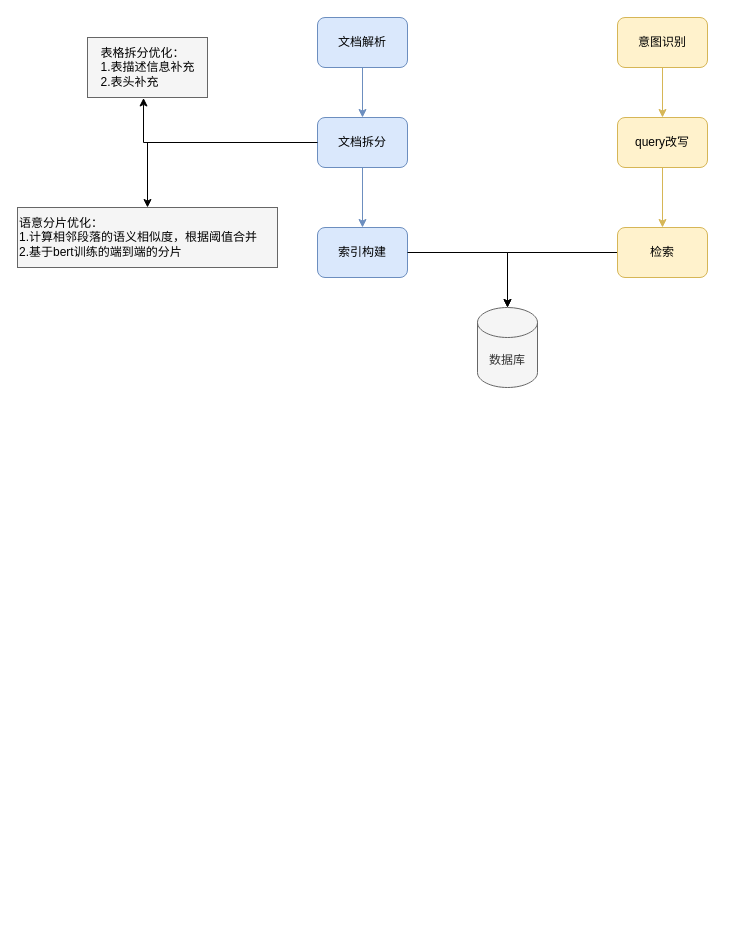
Above: page "RAG" (3 of 3) of storage.drawio in lovercode/drawio (draw.io), before the change. Source tidied: cells renumbered, new cells numbered last; positions are measured from the earlier drawing's top-left corner, leaving out a move shared by most shapes. Both pictures are drawn from the tidied source at 100%, with x=0, y=0 at pixel (17, 17).
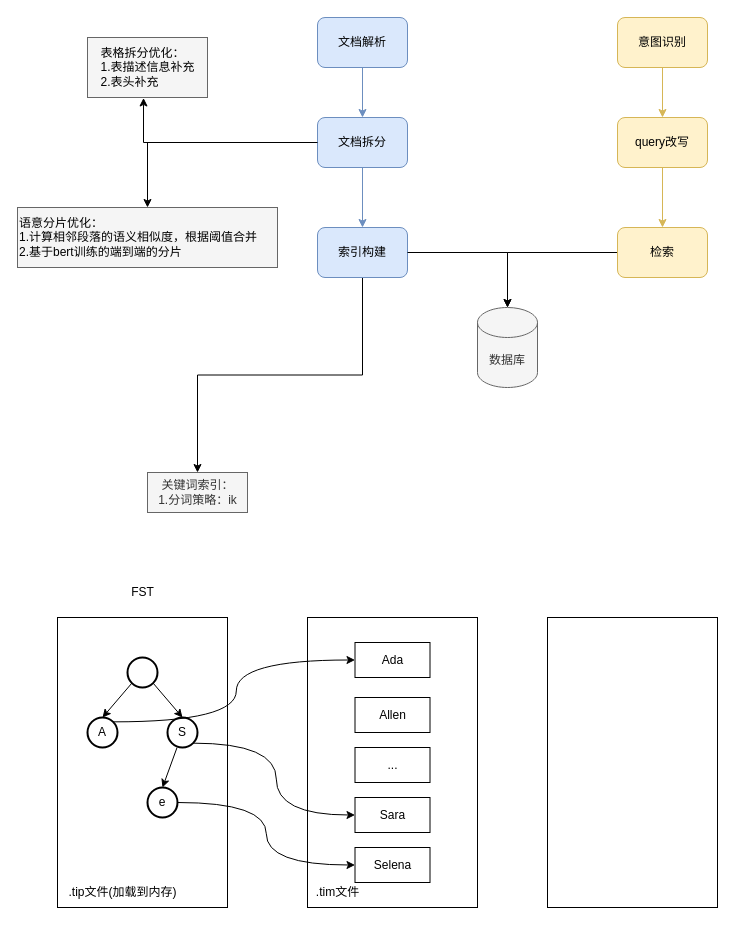
Above is the later version.

Unchanged cells that the change refers to:
```xml
<mxCell id="7" value="索引构建" style="rounded=1;whiteSpace=wrap;html=1;fillColor=#dae8fc;strokeColor=#6c8ebf;" parent="1" vertex="1">
  <mxGeometry x="300" y="210" width="90" height="50" as="geometry" />
</mxCell>
```

The edit, as a diff of the source:
```diff
@@
+    <mxCell id="19" style="rounded=0;whiteSpace=wrap;html=1;" parent="1" vertex="1">
+      <mxGeometry x="40" y="600" width="170" height="290" as="geometry" />
+    </mxCell>
@@
+    <mxCell id="20" style="edgeStyle=orthogonalEdgeStyle;rounded=0;jettySize=auto;html=1;exitX=0.5;exitY=1;exitDx=0;exitDy=0;" parent="1" edge="1" source="7" target="21">
+      <mxGeometry relative="1" as="geometry" />
+    </mxCell>
@@
+    <mxCell id="21" value="关键词索引：&lt;br&gt;1.分词策略：ik" style="text;html=1;align=center;verticalAlign=middle;points=[];strokeColor=#666666;fillColor=#f5f5f5;fontColor=#333333;" parent="1" vertex="1">
+      <mxGeometry x="130" y="455" width="100" height="40" as="geometry" />
+    </mxCell>
+    <mxCell id="22" style="strokeWidth=2;html=1;shape=mxgraph.flowchart.start_2;whiteSpace=wrap;" parent="1" vertex="1">
+      <mxGeometry x="110" y="640" width="30" height="30" as="geometry" />
+    </mxCell>
+    <mxCell id="23" value="A" style="strokeWidth=2;html=1;shape=mxgraph.flowchart.start_2;whiteSpace=wrap;" parent="1" vertex="1">
+      <mxGeometry x="70" y="700" width="30" height="30" as="geometry" />
+    </mxCell>
+    <mxCell id="24" value="S" style="strokeWidth=2;html=1;shape=mxgraph.flowchart.start_2;whiteSpace=wrap;" parent="1" vertex="1">
+      <mxGeometry x="150" y="700" width="30" height="30" as="geometry" />
+    </mxCell>
+    <mxCell id="25" value="e" style="strokeWidth=2;html=1;shape=mxgraph.flowchart.start_2;whiteSpace=wrap;" parent="1" vertex="1">
+      <mxGeometry x="130" y="770" width="30" height="30" as="geometry" />
+    </mxCell>
+    <mxCell id="26" style="rounded=0;jettySize=auto;html=1;exitX=0.145;exitY=0.855;exitDx=0;exitDy=0;exitPerimeter=0;entryX=0.5;entryY=0;entryDx=0;entryDy=0;entryPerimeter=0;" parent="1" edge="1" source="22" target="23">
+      <mxGeometry relative="1" as="geometry" />
+    </mxCell>
+    <mxCell id="27" style="rounded=0;jettySize=auto;html=1;exitX=0.855;exitY=0.855;exitDx=0;exitDy=0;exitPerimeter=0;entryX=0.5;entryY=0;entryDx=0;entryDy=0;entryPerimeter=0;" parent="1" edge="1" source="22" target="24">
+      <mxGeometry relative="1" as="geometry" />
+    </mxCell>
+    <mxCell id="28" style="rounded=0;jettySize=auto;html=1;entryX=0.5;entryY=0;entryDx=0;entryDy=0;entryPerimeter=0;" parent="1" edge="1" source="24" target="25">
+      <mxGeometry relative="1" as="geometry" />
+    </mxCell>
+    <mxCell id="29" value=".tip文件(加载到内存)" style="text;html=1;align=center;verticalAlign=middle;strokeColor=none;fillColor=none;" parent="1" vertex="1">
+      <mxGeometry x="40" y="860" width="130" height="30" as="geometry" />
+    </mxCell>
+    <mxCell id="30" style="rounded=0;whiteSpace=wrap;html=1;" parent="1" vertex="1">
+      <mxGeometry x="290" y="600" width="170" height="290" as="geometry" />
+    </mxCell>
+    <mxCell id="31" value="Ada" style="rounded=0;whiteSpace=wrap;html=1;" parent="1" vertex="1">
+      <mxGeometry x="337.5" y="625" width="75" height="35" as="geometry" />
+    </mxCell>
+    <mxCell id="32" value="Allen" style="rounded=0;whiteSpace=wrap;html=1;" parent="1" vertex="1">
+      <mxGeometry x="337.5" y="680" width="75" height="35" as="geometry" />
+    </mxCell>
+    <mxCell id="33" value="Sara" style="rounded=0;whiteSpace=wrap;html=1;" parent="1" vertex="1">
+      <mxGeometry x="337.5" y="780" width="75" height="35" as="geometry" />
+    </mxCell>
+    <mxCell id="34" value="..." style="rounded=0;whiteSpace=wrap;html=1;" parent="1" vertex="1">
+      <mxGeometry x="337.5" y="730" width="75" height="35" as="geometry" />
+    </mxCell>
+    <mxCell id="35" value="Selena" style="rounded=0;whiteSpace=wrap;html=1;" parent="1" vertex="1">
+      <mxGeometry x="337.5" y="830" width="75" height="35" as="geometry" />
+    </mxCell>
+    <mxCell id="36" style="edgeStyle=orthogonalEdgeStyle;rounded=0;jettySize=auto;html=1;exitX=0.855;exitY=0.145;exitDx=0;exitDy=0;exitPerimeter=0;entryX=0;entryY=0.5;entryDx=0;entryDy=0;curved=1;" parent="1" edge="1" source="23" target="31">
+      <mxGeometry relative="1" as="geometry" />
+    </mxCell>
+    <mxCell id="37" style="edgeStyle=orthogonalEdgeStyle;rounded=0;jettySize=auto;html=1;exitX=0.855;exitY=0.855;exitDx=0;exitDy=0;exitPerimeter=0;entryX=0;entryY=0.5;entryDx=0;entryDy=0;curved=1;" parent="1" edge="1" source="24" target="33">
+      <mxGeometry relative="1" as="geometry" />
+    </mxCell>
+    <mxCell id="38" style="edgeStyle=orthogonalEdgeStyle;rounded=0;jettySize=auto;html=1;exitX=1;exitY=0.5;exitDx=0;exitDy=0;exitPerimeter=0;entryX=0;entryY=0.5;entryDx=0;entryDy=0;curved=1;" parent="1" edge="1" source="25" target="35">
+      <mxGeometry relative="1" as="geometry" />
+    </mxCell>
+    <mxCell id="39" value=".tim文件" style="text;html=1;align=center;verticalAlign=middle;strokeColor=none;fillColor=none;" parent="1" vertex="1">
+      <mxGeometry x="285" y="860" width="70" height="30" as="geometry" />
+    </mxCell>
+    <mxCell id="40" style="rounded=0;whiteSpace=wrap;html=1;" parent="1" vertex="1">
+      <mxGeometry x="530" y="600" width="170" height="290" as="geometry" />
+    </mxCell>
+    <mxCell id="41" value="FST" style="text;html=1;align=center;verticalAlign=middle;strokeColor=none;fillColor=none;" parent="1" vertex="1">
+      <mxGeometry x="100" y="560" width="50" height="30" as="geometry" />
+    </mxCell>
```
